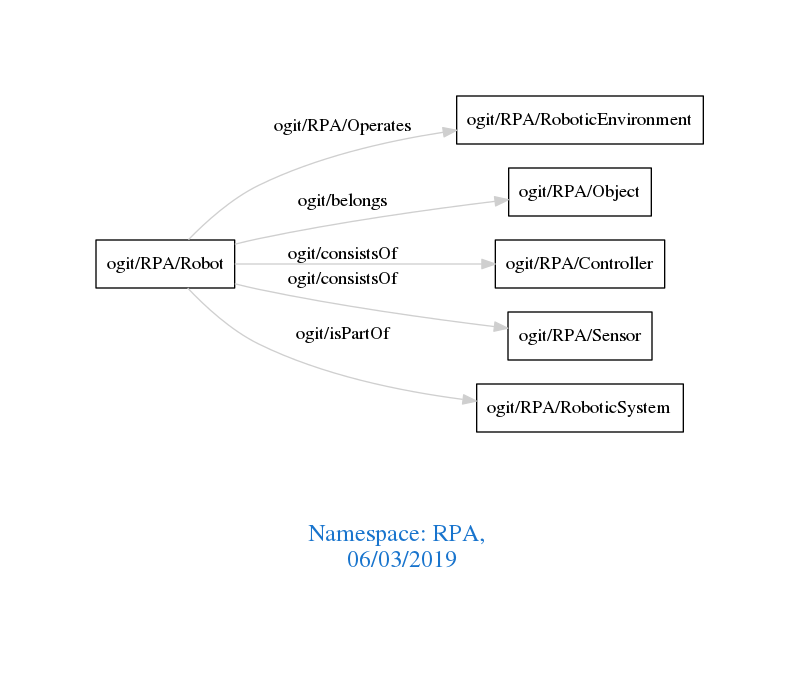
arago/OGIT keeps this Graphviz diagram as downloads/RPA.png. Above is the earlier version. Its source is kept beside it as downloads/RPA.dot.
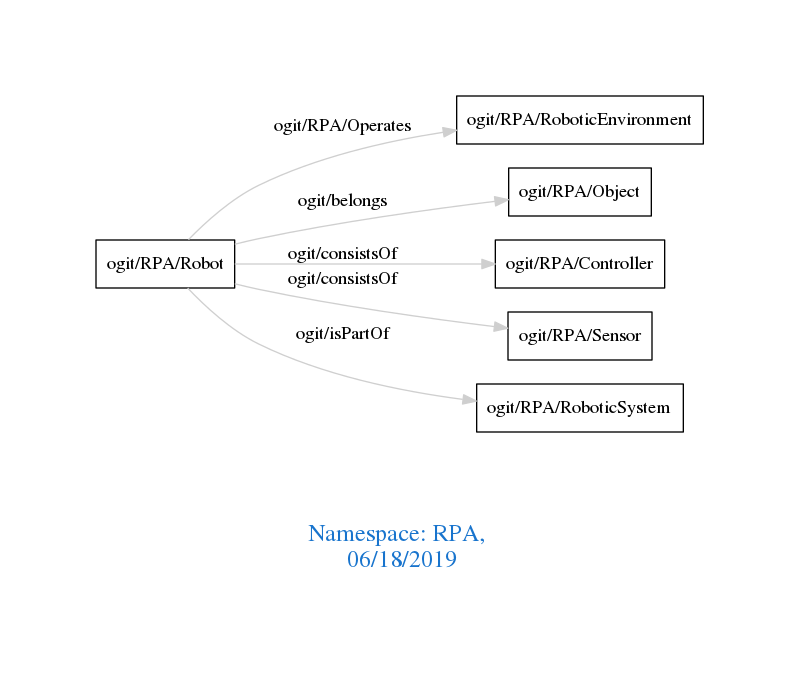
Later version of the same file.

Change to the diagram source:
```diff
@@ -1,7 +1,7 @@
 digraph OGIT_ontology {
  graph [ rankdir= LR,pad=1
 fontsize = 18,
-fontcolor= dodgerblue3,label = "\n\n\nNamespace: RPA, \n 06/03/2019"];
+fontcolor= dodgerblue3,label = "\n\n\nNamespace: RPA, \n 06/18/2019"];
 node[shape=polygon];
 edge [  color="gray81"];
 
```
